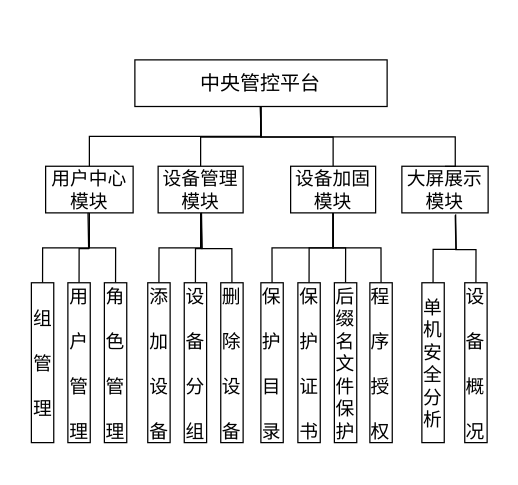
Before: 功能划分图.drawio in EchoZgj/paper, a draw.io diagram. Source tidied: cells renumbered, new cells numbered last; positions are measured from the earlier drawing's top-left corner, leaving out a move shared by most shapes. Both pictures are drawn from the tidied source at 125%, with x=0, y=0 at pixel (21, 21).
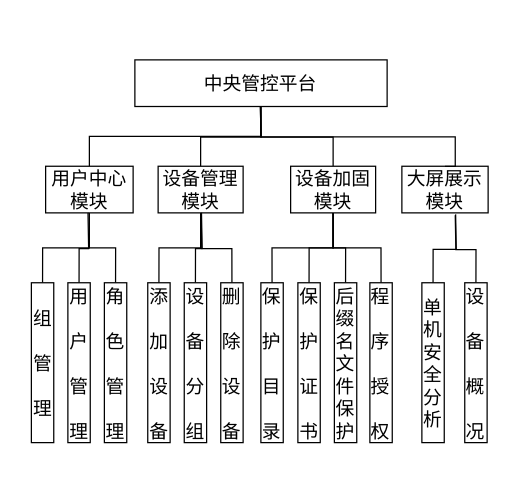
The same page after the edit.

Commit message (it also covers changes not shown here):
Update 功能划分图.drawio

Unchanged cells that the change refers to:
```xml
<mxCell id="6" style="group;" parent="5" vertex="1">
  <mxGeometry width="380" height="331" as="geometry" />
</mxCell>
```

Change to the diagram source:
```diff
@@
-    <mxCell id="7" value="&lt;font style=&quot;font-size: 16px&quot;&gt;中央管控平台&lt;/font&gt;" style="rounded=0;whiteSpace=wrap;html=1;" parent="6" vertex="1">
+    <mxCell id="7" value="&lt;font style=&quot;font-size: 15px&quot;&gt;中央管控平台&lt;/font&gt;" style="rounded=0;whiteSpace=wrap;html=1;" parent="6" vertex="1">
       <mxGeometry x="90.4" y="12.4" width="201.8" height="37.3" as="geometry" />
     </mxCell>
```
